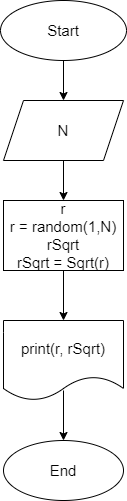
This is exc02.drawio.png from iksergey/practice_temp, a draw.io export, as it was before one commit. Source tidied: cells renumbered, new cells last; positions are measured from the earlier drawing's top-left corner, leaving out a move shared by most shapes. Source of this version:
```xml
<mxGraphModel>
  <root>
    <mxCell id="0" />
    <mxCell id="1" parent="0" />
    <mxCell id="2" style="edgeStyle=none;html=1;fontSize=15;" parent="1" edge="1" source="3" target="5">
      <mxGeometry relative="1" as="geometry" />
    </mxCell>
    <mxCell id="3" value="&lt;span style=&quot;font-size: 15px&quot;&gt;Start&lt;/span&gt;" style="ellipse;whiteSpace=wrap;html=1;" parent="1" vertex="1">
      <mxGeometry width="126" height="60" as="geometry" />
    </mxCell>
    <mxCell id="4" style="edgeStyle=none;html=1;fontSize=15;" parent="1" edge="1" source="5" target="7">
      <mxGeometry relative="1" as="geometry" />
    </mxCell>
    <mxCell id="5" value="&lt;font style=&quot;font-size: 15px&quot;&gt;N&lt;/font&gt;" style="shape=parallelogram;perimeter=parallelogramPerimeter;whiteSpace=wrap;html=1;fixedSize=1;" parent="1" vertex="1">
      <mxGeometry x="3" y="100" width="120" height="60" as="geometry" />
    </mxCell>
    <mxCell id="6" style="edgeStyle=none;html=1;fontSize=15;" parent="1" edge="1" source="7" target="9">
      <mxGeometry relative="1" as="geometry" />
    </mxCell>
    <mxCell id="7" value="&lt;font style=&quot;font-size: 15px&quot;&gt;r&lt;br&gt;r = random(1,N)&lt;br&gt;rSqrt&lt;br&gt;rSqrt = Sqrt(r)&lt;br&gt;&lt;/font&gt;" style="whiteSpace=wrap;html=1;" parent="1" vertex="1">
      <mxGeometry x="3" y="200" width="120" height="70" as="geometry" />
    </mxCell>
    <mxCell id="8" style="edgeStyle=none;html=1;fontSize=15;exitX=0.5;exitY=0.875;exitDx=0;exitDy=0;exitPerimeter=0;" parent="1" edge="1" source="9" target="10">
      <mxGeometry relative="1" as="geometry" />
    </mxCell>
    <mxCell id="9" value="&lt;font style=&quot;font-size: 15px&quot;&gt;print(r, rSqrt)&lt;/font&gt;" style="shape=document;whiteSpace=wrap;html=1;boundedLbl=1;" parent="1" vertex="1">
      <mxGeometry x="3" y="320" width="120" height="80" as="geometry" />
    </mxCell>
    <mxCell id="10" value="&lt;font style=&quot;font-size: 15px&quot;&gt;End&lt;/font&gt;" style="ellipse;whiteSpace=wrap;html=1;" parent="1" vertex="1">
      <mxGeometry x="3" y="440" width="120" height="60" as="geometry" />
    </mxCell>
  </root>
</mxGraphModel>
```
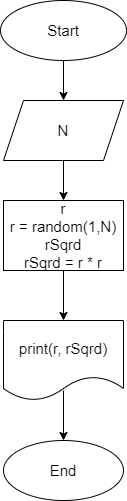
The same file after the commit.

Commit message:
random squared

Change to the diagram source:
```diff
@@ -17,13 +17,13 @@
     <mxCell id="6" style="edgeStyle=none;html=1;fontSize=15;" parent="1" edge="1" source="7" target="9">
       <mxGeometry relative="1" as="geometry" />
     </mxCell>
-    <mxCell id="7" value="&lt;font style=&quot;font-size: 15px&quot;&gt;r&lt;br&gt;r = random(1,N)&lt;br&gt;rSqrt&lt;br&gt;rSqrt = Sqrt(r)&lt;br&gt;&lt;/font&gt;" style="whiteSpace=wrap;html=1;" parent="1" vertex="1">
+    <mxCell id="7" value="&lt;font style=&quot;font-size: 15px&quot;&gt;r&lt;br&gt;r = random(1,N)&lt;br&gt;rSqrd&lt;br&gt;rSqrd = r * r&lt;br&gt;&lt;/font&gt;" style="whiteSpace=wrap;html=1;" parent="1" vertex="1">
       <mxGeometry x="3" y="200" width="120" height="70" as="geometry" />
     </mxCell>
     <mxCell id="8" style="edgeStyle=none;html=1;fontSize=15;exitX=0.5;exitY=0.875;exitDx=0;exitDy=0;exitPerimeter=0;" parent="1" edge="1" source="9" target="10">
       <mxGeometry relative="1" as="geometry" />
     </mxCell>
-    <mxCell id="9" value="&lt;font style=&quot;font-size: 15px&quot;&gt;print(r, rSqrt)&lt;/font&gt;" style="shape=document;whiteSpace=wrap;html=1;boundedLbl=1;" parent="1" vertex="1">
+    <mxCell id="9" value="&lt;font style=&quot;font-size: 15px&quot;&gt;print(r, rSqrd)&lt;/font&gt;" style="shape=document;whiteSpace=wrap;html=1;boundedLbl=1;" parent="1" vertex="1">
       <mxGeometry x="3" y="320" width="120" height="80" as="geometry" />
     </mxCell>
     <mxCell id="10" value="&lt;font style=&quot;font-size: 15px&quot;&gt;End&lt;/font&gt;" style="ellipse;whiteSpace=wrap;html=1;" parent="1" vertex="1">
```
